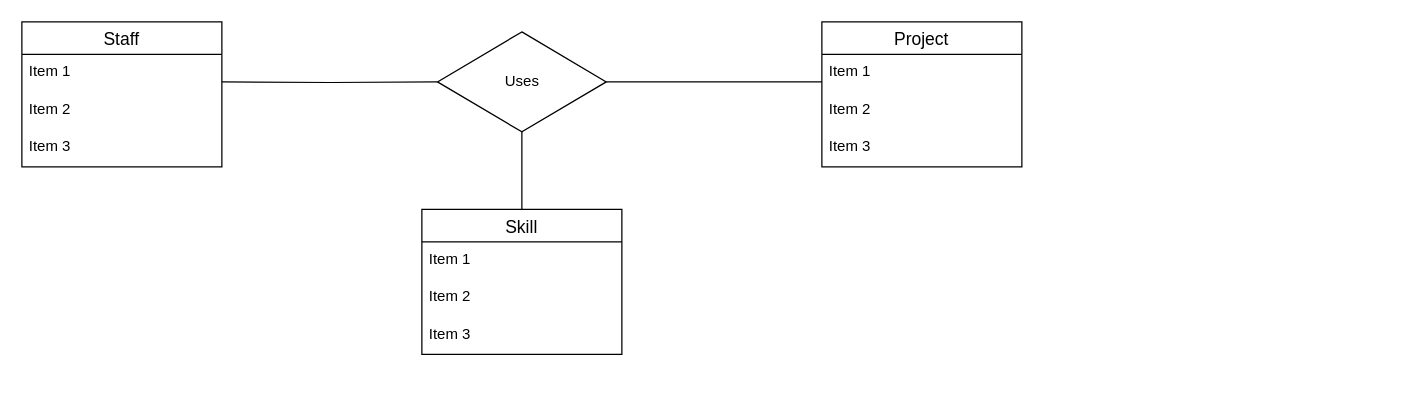
This is page "Page-2" (2 of 2) of Tutorial 2/Tutorial2_Exercise1.drawio from ChitharaKarunasekera/DatabaseSystemsTutorials, a draw.io file, before an edit. Source tidied: cells renumbered, new cells numbered last; positions are measured from the earlier drawing's top-left corner, leaving out a move shared by most shapes. Both pictures are drawn from the tidied source at 125%, with x=0, y=0 at pixel (21, 21).
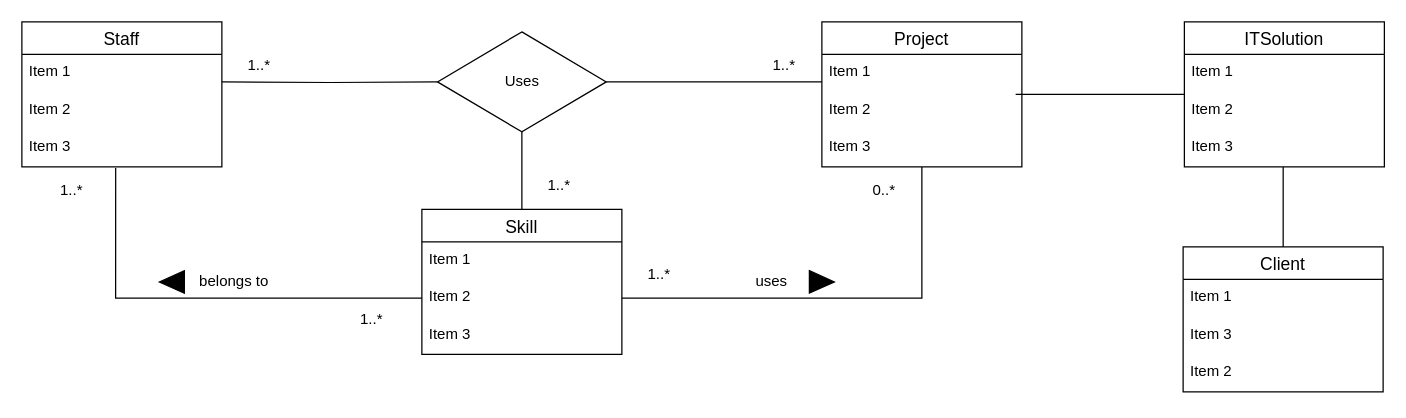
After the change.

The change refers to these unchanged cells:
```xml
<mxCell id="5" value="Item 3" style="text;strokeColor=none;fillColor=none;spacingLeft=4;spacingRight=4;overflow=hidden;points=[[0,0.5],[1,0.5]];portConstraint=eastwest;fontSize=12;" parent="2" vertex="1">
  <mxGeometry y="86" width="160" height="30" as="geometry" />
</mxCell>
<mxCell id="8" value="Item 2" style="text;strokeColor=none;fillColor=none;spacingLeft=4;spacingRight=4;overflow=hidden;points=[[0,0.5],[1,0.5]];portConstraint=eastwest;fontSize=12;" parent="6" vertex="1">
  <mxGeometry y="56" width="160" height="30" as="geometry" />
</mxCell>
<mxCell id="12" value="Item 2" style="text;strokeColor=none;fillColor=none;spacingLeft=4;spacingRight=4;overflow=hidden;points=[[0,0.5],[1,0.5]];portConstraint=eastwest;fontSize=12;" parent="10" vertex="1">
  <mxGeometry y="56" width="160" height="30" as="geometry" />
</mxCell>
<mxCell id="13" value="Item 3" style="text;strokeColor=none;fillColor=none;spacingLeft=4;spacingRight=4;overflow=hidden;points=[[0,0.5],[1,0.5]];portConstraint=eastwest;fontSize=12;" parent="10" vertex="1">
  <mxGeometry y="86" width="160" height="30" as="geometry" />
</mxCell>
```

Change to the diagram source:
```diff
@@
+    <mxCell id="18" style="edgeStyle=orthogonalEdgeStyle;rounded=0;jettySize=auto;html=1;entryX=0.469;entryY=1.033;entryDx=0;entryDy=0;entryPerimeter=0;endArrow=none;endFill=0;" parent="1" edge="1" source="8" target="5">
+      <mxGeometry relative="1" as="geometry" />
+    </mxCell>
+    <mxCell id="19" style="edgeStyle=orthogonalEdgeStyle;rounded=0;jettySize=auto;html=1;entryX=0.5;entryY=1;entryDx=0;entryDy=0;entryPerimeter=0;endArrow=none;endFill=0;" parent="1" edge="1" source="8" target="13">
+      <mxGeometry relative="1" as="geometry" />
+    </mxCell>
+    <mxCell id="20" style="edgeStyle=orthogonalEdgeStyle;rounded=0;jettySize=auto;html=1;entryX=0.969;entryY=0.067;entryDx=0;entryDy=0;entryPerimeter=0;endArrow=none;endFill=0;" parent="1" edge="1" source="21" target="12">
+      <mxGeometry relative="1" as="geometry" />
+    </mxCell>
+    <mxCell id="21" value="ITSolution" style="swimlane;fontStyle=0;horizontal=1;startSize=26;align=center;fontSize=14;" parent="1" vertex="1">
+      <mxGeometry x="930" width="160" height="116" as="geometry" />
+    </mxCell>
+    <mxCell id="22" value="Item 1" style="text;strokeColor=none;fillColor=none;spacingLeft=4;spacingRight=4;overflow=hidden;fontSize=12;" parent="21" vertex="1">
+      <mxGeometry y="26" width="160" height="30" as="geometry" />
+    </mxCell>
+    <mxCell id="23" value="Item 2" style="text;strokeColor=none;fillColor=none;spacingLeft=4;spacingRight=4;overflow=hidden;fontSize=12;" parent="21" vertex="1">
+      <mxGeometry y="56" width="160" height="30" as="geometry" />
+    </mxCell>
+    <mxCell id="24" value="Item 3" style="text;strokeColor=none;fillColor=none;spacingLeft=4;spacingRight=4;overflow=hidden;points=[[0,0.5],[1,0.5]];portConstraint=eastwest;fontSize=12;" parent="21" vertex="1">
+      <mxGeometry y="86" width="160" height="30" as="geometry" />
+    </mxCell>
+    <mxCell id="25" style="edgeStyle=orthogonalEdgeStyle;rounded=0;jettySize=auto;html=1;entryX=0.494;entryY=1;entryDx=0;entryDy=0;entryPerimeter=0;endArrow=none;endFill=0;" parent="1" edge="1" source="26" target="24">
+      <mxGeometry relative="1" as="geometry" />
+    </mxCell>
+    <mxCell id="26" value="Client" style="swimlane;fontStyle=0;horizontal=1;startSize=26;align=center;fontSize=14;" parent="1" vertex="1">
+      <mxGeometry x="929" y="180" width="160" height="116" as="geometry" />
+    </mxCell>
+    <mxCell id="27" value="Item 1" style="text;strokeColor=none;fillColor=none;spacingLeft=4;spacingRight=4;overflow=hidden;fontSize=12;" parent="26" vertex="1">
+      <mxGeometry y="26" width="160" height="30" as="geometry" />
+    </mxCell>
+    <mxCell id="28" value="Item 3" style="text;strokeColor=none;fillColor=none;spacingLeft=4;spacingRight=4;overflow=hidden;fontSize=12;" parent="26" vertex="1">
+      <mxGeometry y="56" width="160" height="30" as="geometry" />
+    </mxCell>
+    <mxCell id="29" value="Item 2" style="text;strokeColor=none;fillColor=none;spacingLeft=4;spacingRight=4;overflow=hidden;fontSize=12;" parent="26" vertex="1">
+      <mxGeometry y="86" width="160" height="30" as="geometry" />
+    </mxCell>
+    <mxCell id="30" value="1..*" style="text;html=1;strokeColor=none;fillColor=none;align=center;verticalAlign=middle;whiteSpace=wrap;rounded=0;" parent="1" vertex="1">
+      <mxGeometry x="250" y="223" width="60" height="30" as="geometry" />
+    </mxCell>
+    <mxCell id="31" value="1..*" style="text;html=1;strokeColor=none;fillColor=none;align=center;verticalAlign=middle;whiteSpace=wrap;rounded=0;" parent="1" vertex="1">
+      <mxGeometry x="580" y="20" width="60" height="30" as="geometry" />
+    </mxCell>
+    <mxCell id="32" value="1..*" style="text;html=1;strokeColor=none;fillColor=none;align=center;verticalAlign=middle;whiteSpace=wrap;rounded=0;" parent="1" vertex="1">
+      <mxGeometry x="160" y="20" width="60" height="30" as="geometry" />
+    </mxCell>
+    <mxCell id="33" value="0..*" style="text;html=1;strokeColor=none;fillColor=none;align=center;verticalAlign=middle;whiteSpace=wrap;rounded=0;" parent="1" vertex="1">
+      <mxGeometry x="660" y="120" width="60" height="30" as="geometry" />
+    </mxCell>
+    <mxCell id="34" value="1..*" style="text;html=1;strokeColor=none;fillColor=none;align=center;verticalAlign=middle;whiteSpace=wrap;rounded=0;" parent="1" vertex="1">
+      <mxGeometry x="10" y="120" width="60" height="30" as="geometry" />
+    </mxCell>
+    <mxCell id="35" value="belongs to" style="text;html=1;strokeColor=none;fillColor=none;align=center;verticalAlign=middle;whiteSpace=wrap;rounded=0;" parent="1" vertex="1">
+      <mxGeometry x="140" y="193" width="60" height="30" as="geometry" />
+    </mxCell>
+    <mxCell id="36" style="triangle;whiteSpace=wrap;html=1;direction=west;fillColor=#000000;" parent="1" vertex="1">
+      <mxGeometry x="110" y="199" width="20" height="18" as="geometry" />
+    </mxCell>
+    <mxCell id="37" value="uses" style="text;html=1;strokeColor=none;fillColor=none;align=center;verticalAlign=middle;whiteSpace=wrap;rounded=0;" parent="1" vertex="1">
+      <mxGeometry x="570" y="193" width="60" height="30" as="geometry" />
+    </mxCell>
+    <mxCell id="38" style="triangle;whiteSpace=wrap;html=1;direction=east;fillColor=#000000;" parent="1" vertex="1">
+      <mxGeometry x="630" y="199" width="20" height="18" as="geometry" />
+    </mxCell>
+    <mxCell id="39" value="1..*" style="text;html=1;strokeColor=none;fillColor=none;align=center;verticalAlign=middle;whiteSpace=wrap;rounded=0;" parent="1" vertex="1">
+      <mxGeometry x="480" y="187" width="60" height="30" as="geometry" />
+    </mxCell>
+    <mxCell id="40" value="1..*" style="text;html=1;strokeColor=none;fillColor=none;align=center;verticalAlign=middle;whiteSpace=wrap;rounded=0;" parent="1" vertex="1">
+      <mxGeometry x="400" y="116" width="60" height="30" as="geometry" />
+    </mxCell>
```
